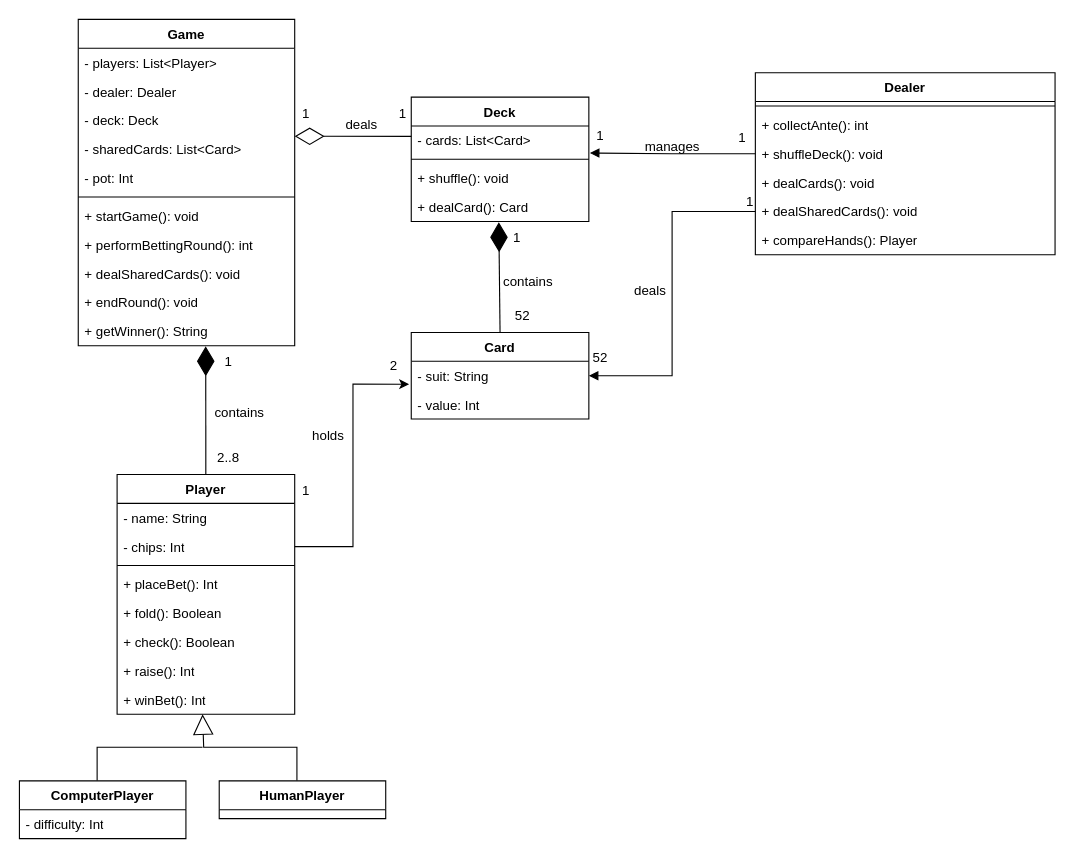
Earlier version of the draw.io diagram Texas.drawio (LarryChenCode/IS7020_diagrams). Source tidied: cells renumbered, new cells numbered last; positions are measured from the earlier drawing's top-left corner, leaving out a move shared by most shapes. Both pictures are drawn from the tidied source at 111%, with x=0, y=0 at pixel (19, 19).
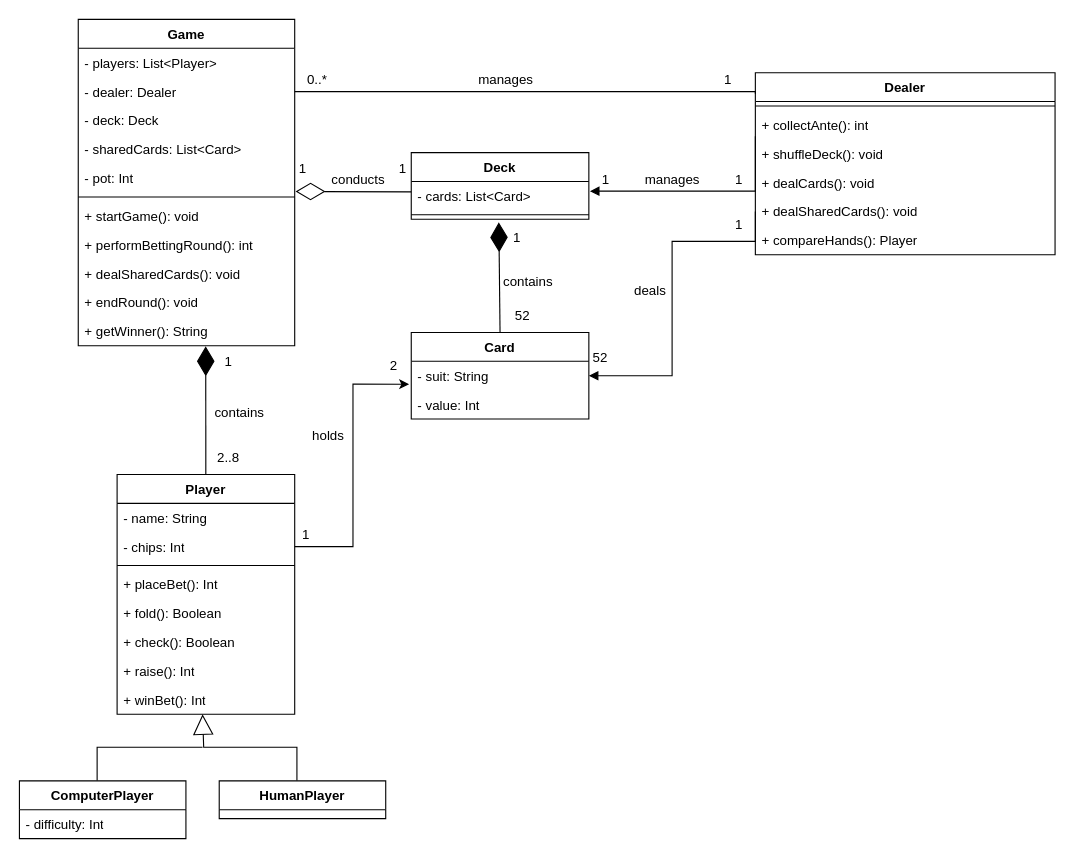
Above is the later version.

Unchanged cells that the change refers to:
```xml
<mxCell id="12" value="- cards: List&amp;lt;Card&amp;gt;" style="text;strokeColor=none;fillColor=none;align=left;verticalAlign=top;spacingLeft=4;spacingRight=4;overflow=hidden;points=[[0,0.5],[1,0.5]];portConstraint=eastwest;whiteSpace=wrap;html=1;" parent="11" vertex="1">
  <mxGeometry y="26" width="160" height="26" as="geometry" />
</mxCell>
<mxCell id="16" value="Card" style="swimlane;fontStyle=1;align=center;verticalAlign=top;horizontal=1;startSize=26;whiteSpace=wrap;html=1;" parent="1" vertex="1">
  <mxGeometry x="353" y="282" width="160" height="78" as="geometry" />
</mxCell>
<mxCell id="17" value="- suit: String" style="text;strokeColor=none;fillColor=none;align=left;verticalAlign=top;spacingLeft=4;spacingRight=4;overflow=hidden;points=[[0,0.5],[1,0.5]];portConstraint=eastwest;whiteSpace=wrap;html=1;" parent="16" vertex="1">
  <mxGeometry y="26" width="160" height="26" as="geometry" />
</mxCell>
<mxCell id="21" value="- dealer: Dealer" style="text;strokeColor=none;fillColor=none;align=left;verticalAlign=top;spacingLeft=4;spacingRight=4;overflow=hidden;points=[[0,0.5],[1,0.5]];portConstraint=eastwest;whiteSpace=wrap;html=1;" parent="19" vertex="1">
  <mxGeometry y="52" width="195" height="26" as="geometry" />
</mxCell>
<mxCell id="24" value="- pot: Int" style="text;strokeColor=none;fillColor=none;align=left;verticalAlign=top;spacingLeft=4;spacingRight=4;overflow=hidden;points=[[0,0.5],[1,0.5]];portConstraint=eastwest;whiteSpace=wrap;html=1;" parent="19" vertex="1">
  <mxGeometry y="130" width="195" height="26" as="geometry" />
</mxCell>
<mxCell id="37" value="+ shuffleDeck(): void" style="text;strokeColor=none;fillColor=none;align=left;verticalAlign=top;spacingLeft=4;spacingRight=4;overflow=hidden;points=[[0,0.5],[1,0.5]];portConstraint=eastwest;whiteSpace=wrap;html=1;" parent="34" vertex="1">
  <mxGeometry y="60" width="270" height="26" as="geometry" />
</mxCell>
<mxCell id="39" value="+ dealSharedCards(): void" style="text;strokeColor=none;fillColor=none;align=left;verticalAlign=top;spacingLeft=4;spacingRight=4;overflow=hidden;points=[[0,0.5],[1,0.5]];portConstraint=eastwest;whiteSpace=wrap;html=1;" parent="34" vertex="1">
  <mxGeometry y="112" width="270" height="26" as="geometry" />
</mxCell>
```

What changed in the source:
```diff
@@
     <mxCell id="11" value="Deck" style="swimlane;fontStyle=1;align=center;verticalAlign=top;horizontal=1;startSize=26;whiteSpace=wrap;html=1;" parent="1" vertex="1">
-      <mxGeometry x="353" y="70" width="160" height="112" as="geometry" />
+      <mxGeometry x="353" y="120" width="160" height="60" as="geometry" />
     </mxCell>
@@
-    <mxCell id="14" value="+ shuffle(): void" style="text;strokeColor=none;fillColor=none;align=left;verticalAlign=top;spacingLeft=4;spacingRight=4;overflow=hidden;whiteSpace=wrap;html=1;" parent="11" vertex="1">
-      <mxGeometry y="60" width="160" height="26" as="geometry" />
-    </mxCell>
-    <mxCell id="15" value="+ dealCard(): Card" style="text;strokeColor=none;fillColor=none;align=left;verticalAlign=top;spacingLeft=4;spacingRight=4;overflow=hidden;points=[[0,0.5],[1,0.5]];portConstraint=eastwest;whiteSpace=wrap;html=1;" parent="11" vertex="1">
-      <mxGeometry y="86" width="160" height="26" as="geometry" />
-    </mxCell>
@@
-    <mxCell id="43" style="endArrow=diamondThin;endFill=1;endSize=24;html=1;rounded=0;exitX=0.5;exitY=0;exitDx=0;exitDy=0;entryX=0.493;entryY=1.029;entryDx=0;entryDy=0;entryPerimeter=0;" parent="1" edge="1" source="16" target="15">
-      <mxGeometry relative="1" as="geometry" />
+    <mxCell id="43" style="endArrow=diamondThin;endFill=1;endSize=24;html=1;rounded=0;exitX=0.5;exitY=0;exitDx=0;exitDy=0;entryX=0.493;entryY=1.029;entryDx=0;entryDy=0;entryPerimeter=0;" parent="1" edge="1" source="16">
+      <mxGeometry relative="1" as="geometry">
+        <mxPoint x="431.9" y="182.8" as="targetPoint" />
+      </mxGeometry>
     </mxCell>
@@
     <mxCell id="47" value="manages" style="text;html=1;align=center;verticalAlign=middle;strokeColor=none;fillColor=none;" parent="1" vertex="1">
-      <mxGeometry x="553" y="100" width="70" height="30" as="geometry" />
+      <mxGeometry x="553" y="130" width="70" height="30" as="geometry" />
     </mxCell>
-    <mxCell id="48" style="endArrow=block;endFill=1;html=1;edgeStyle=orthogonalEdgeStyle;align=left;verticalAlign=top;rounded=0;exitX=0;exitY=0.5;exitDx=0;exitDy=0;entryX=1.006;entryY=0.936;entryDx=0;entryDy=0;entryPerimeter=0;" parent="1" edge="1" source="37" target="12">
-      <mxGeometry x="-1" relative="1" as="geometry" />
+    <mxCell id="48" style="endArrow=block;endFill=1;html=1;edgeStyle=orthogonalEdgeStyle;align=left;verticalAlign=top;rounded=0;exitX=0;exitY=0.5;exitDx=0;exitDy=0;entryX=1.006;entryY=0.936;entryDx=0;entryDy=0;entryPerimeter=0;" parent="1" edge="1">
+      <mxGeometry x="-1" relative="1" as="geometry">
+        <mxPoint x="663" y="105.3" as="sourcePoint" />
+        <mxPoint x="514" y="154.7" as="targetPoint" />
+        <Array as="points">
+          <mxPoint x="663" y="154.3" />
+        </Array>
+      </mxGeometry>
     </mxCell>
     <mxCell id="49" value="1" style="text;html=1;align=center;verticalAlign=middle;strokeColor=none;fillColor=none;" parent="1" vertex="1">
-      <mxGeometry x="636" y="92" width="30" height="30" as="geometry" />
+      <mxGeometry x="633" y="130" width="30" height="30" as="geometry" />
     </mxCell>
     <mxCell id="50" value="1" style="text;html=1;align=center;verticalAlign=middle;strokeColor=none;fillColor=none;" parent="1" vertex="1">
-      <mxGeometry x="508" y="90" width="30" height="30" as="geometry" />
+      <mxGeometry x="513" y="130" width="30" height="30" as="geometry" />
     </mxCell>
     <mxCell id="51" style="endArrow=block;endFill=1;html=1;edgeStyle=orthogonalEdgeStyle;align=left;verticalAlign=top;rounded=0;exitX=0;exitY=0.5;exitDx=0;exitDy=0;entryX=1;entryY=0.5;entryDx=0;entryDy=0;" parent="1" edge="1" source="39" target="17">
-      <mxGeometry x="-1" relative="1" as="geometry" />
+      <mxGeometry x="-1" relative="1" as="geometry">
+        <Array as="points">
+          <mxPoint x="663" y="200" />
+          <mxPoint x="588" y="200" />
+          <mxPoint x="588" y="321" />
+        </Array>
+      </mxGeometry>
     </mxCell>
@@
     <mxCell id="53" value="1" style="text;html=1;align=center;verticalAlign=middle;strokeColor=none;fillColor=none;" parent="1" vertex="1">
-      <mxGeometry x="643" y="150" width="30" height="30" as="geometry" />
+      <mxGeometry x="633" y="170" width="30" height="30" as="geometry" />
     </mxCell>
@@
-    <mxCell id="59" style="endArrow=diamondThin;endFill=0;endSize=24;html=1;rounded=0;exitX=0;exitY=0.359;exitDx=0;exitDy=0;entryX=0.998;entryY=0.218;entryDx=0;entryDy=0;entryPerimeter=0;exitPerimeter=0;" parent="1" edge="1" source="12">
-      <mxGeometry relative="1" as="geometry">
-        <mxPoint x="248" y="105.3" as="targetPoint" />
-      </mxGeometry>
+    <mxCell id="59" style="endArrow=diamondThin;endFill=0;endSize=24;html=1;rounded=0;exitX=0;exitY=0.359;exitDx=0;exitDy=0;exitPerimeter=0;entryX=1.004;entryY=0.962;entryDx=0;entryDy=0;entryPerimeter=0;" parent="1" edge="1" source="12" target="24">
+      <mxGeometry relative="1" as="geometry" />
     </mxCell>
-    <mxCell id="60" value="deals" style="text;html=1;align=center;verticalAlign=middle;strokeColor=none;fillColor=none;" parent="1" vertex="1">
-      <mxGeometry x="283" y="80" width="50" height="30" as="geometry" />
+    <mxCell id="60" value="conducts" style="text;html=1;align=center;verticalAlign=middle;strokeColor=none;fillColor=none;" parent="1" vertex="1">
+      <mxGeometry x="270" y="130" width="70" height="30" as="geometry" />
     </mxCell>
     <mxCell id="61" value="1" style="text;html=1;align=center;verticalAlign=middle;strokeColor=none;fillColor=none;" parent="1" vertex="1">
-      <mxGeometry x="243" y="70" width="30" height="30" as="geometry" />
+      <mxGeometry x="240" y="120" width="30" height="30" as="geometry" />
     </mxCell>
     <mxCell id="62" value="1" style="text;html=1;align=center;verticalAlign=middle;strokeColor=none;fillColor=none;" parent="1" vertex="1">
-      <mxGeometry x="330" y="70" width="30" height="30" as="geometry" />
+      <mxGeometry x="330" y="120" width="30" height="30" as="geometry" />
     </mxCell>
@@
     <mxCell id="64" value="1" style="text;html=1;align=center;verticalAlign=middle;strokeColor=none;fillColor=none;" parent="1" vertex="1">
-      <mxGeometry x="243" y="410" width="30" height="30" as="geometry" />
+      <mxGeometry x="243" y="450" width="30" height="30" as="geometry" />
     </mxCell>
@@
+    <mxCell id="67" style="endArrow=none;html=1;edgeStyle=orthogonalEdgeStyle;rounded=0;exitX=1;exitY=0.5;exitDx=0;exitDy=0;" parent="1" edge="1" source="21">
+      <mxGeometry relative="1" as="geometry">
+        <mxPoint x="663" y="67" as="targetPoint" />
+        <Array as="points">
+          <mxPoint x="663" y="65" />
+          <mxPoint x="663" y="67" />
+        </Array>
+      </mxGeometry>
+    </mxCell>
+    <mxCell id="68" value="0..*" style="text;html=1;align=center;verticalAlign=middle;strokeColor=none;fillColor=none;" parent="1" vertex="1">
+      <mxGeometry x="248" y="40" width="40" height="30" as="geometry" />
+    </mxCell>
+    <mxCell id="69" value="1" style="text;html=1;align=center;verticalAlign=middle;strokeColor=none;fillColor=none;" parent="1" vertex="1">
+      <mxGeometry x="623" y="40" width="30" height="30" as="geometry" />
+    </mxCell>
+    <mxCell id="70" value="manages" style="text;html=1;align=center;verticalAlign=middle;strokeColor=none;fillColor=none;" parent="1" vertex="1">
+      <mxGeometry x="403" y="40" width="70" height="30" as="geometry" />
+    </mxCell>
```
